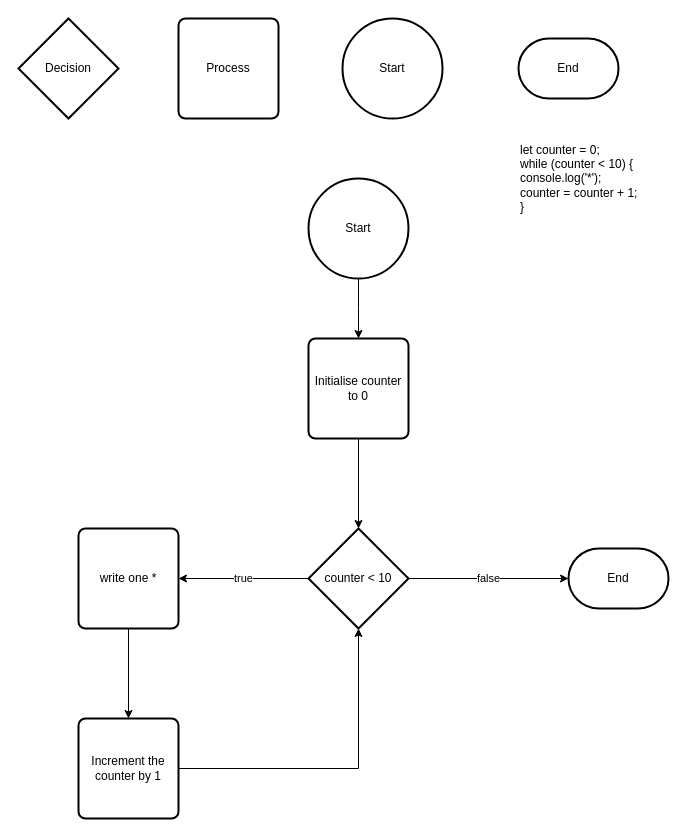
Before: page "Line of stars" (3 of 6) of Untitled Diagram.drawio in YingCG/Algorithms-Learning, a draw.io diagram. Source tidied: cells renumbered, new cells numbered last; positions are measured from the earlier drawing's top-left corner, leaving out a move shared by most shapes. Both pictures are drawn from the tidied source at 100%, with x=0, y=0 at pixel (18, 18).
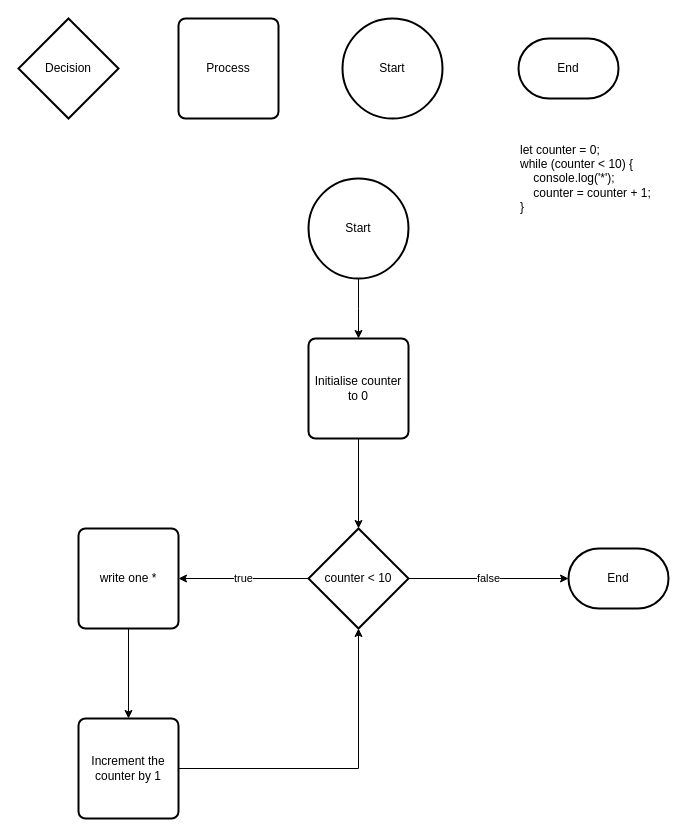
The same diagram, later.

Diff of the diagram source:
```diff
@@
 <mxGraphModel>
   <root>
     <mxCell id="0" />
     <mxCell id="1" parent="0" />
     <mxCell id="2" value="true" style="edgeStyle=orthogonalEdgeStyle;rounded=0;jettySize=auto;html=1;" parent="1" edge="1" source="4" target="13">
       <mxGeometry relative="1" as="geometry" />
     </mxCell>
     <mxCell id="3" value="false" style="edgeStyle=orthogonalEdgeStyle;rounded=0;jettySize=auto;html=1;entryX=0;entryY=0.5;entryDx=0;entryDy=0;entryPerimeter=0;" parent="1" edge="1" source="4" target="8">
       <mxGeometry relative="1" as="geometry" />
     </mxCell>
     <mxCell id="4" value="counter &amp;lt; 10" style="strokeWidth=2;html=1;shape=mxgraph.flowchart.decision;whiteSpace=wrap;" parent="1" vertex="1">
       <mxGeometry x="290" y="510" width="100" height="100" as="geometry" />
     </mxCell>
     <mxCell id="5" style="edgeStyle=orthogonalEdgeStyle;rounded=0;jettySize=auto;html=1;" parent="1" edge="1" source="6" target="4">
       <mxGeometry relative="1" as="geometry" />
     </mxCell>
     <mxCell id="6" value="Initialise counter to 0" style="rounded=1;whiteSpace=wrap;html=1;absoluteArcSize=1;arcSize=14;strokeWidth=2;" parent="1" vertex="1">
       <mxGeometry x="290" y="320" width="100" height="100" as="geometry" />
     </mxCell>
     <mxCell id="7" value="Start" style="strokeWidth=2;html=1;shape=mxgraph.flowchart.start_2;whiteSpace=wrap;" parent="1" vertex="1">
       <mxGeometry x="324" width="100" height="100" as="geometry" />
     </mxCell>
     <mxCell id="8" value="End" style="strokeWidth=2;html=1;shape=mxgraph.flowchart.terminator;whiteSpace=wrap;" parent="1" vertex="1">
       <mxGeometry x="550" y="530" width="100" height="60" as="geometry" />
     </mxCell>
     <mxCell id="9" style="edgeStyle=orthogonalEdgeStyle;rounded=0;jettySize=auto;html=1;" parent="1" edge="1" source="10">
       <mxGeometry relative="1" as="geometry">
         <mxPoint x="340" y="320" as="targetPoint" />
       </mxGeometry>
     </mxCell>
     <mxCell id="10" value="Start" style="strokeWidth=2;html=1;shape=mxgraph.flowchart.start_2;whiteSpace=wrap;" parent="1" vertex="1">
       <mxGeometry x="290" y="160" width="100" height="100" as="geometry" />
     </mxCell>
     <mxCell id="11" value="Decision" style="strokeWidth=2;html=1;shape=mxgraph.flowchart.decision;whiteSpace=wrap;" parent="1" vertex="1">
       <mxGeometry width="100" height="100" as="geometry" />
     </mxCell>
     <mxCell id="12" style="edgeStyle=orthogonalEdgeStyle;rounded=0;jettySize=auto;html=1;" parent="1" edge="1" source="13" target="18">
       <mxGeometry relative="1" as="geometry" />
     </mxCell>
     <mxCell id="13" value="write one *" style="rounded=1;whiteSpace=wrap;html=1;absoluteArcSize=1;arcSize=14;strokeWidth=2;" parent="1" vertex="1">
       <mxGeometry x="60" y="510" width="100" height="100" as="geometry" />
     </mxCell>
     <mxCell id="14" value="End" style="strokeWidth=2;html=1;shape=mxgraph.flowchart.terminator;whiteSpace=wrap;" parent="1" vertex="1">
       <mxGeometry x="500" y="20" width="100" height="60" as="geometry" />
     </mxCell>
-    <mxCell id="15" value="&lt;div&gt;let counter = 0;&lt;br&gt;&lt;/div&gt;&lt;div&gt;while (counter &amp;lt; 10) {&lt;/div&gt;&lt;div&gt;console.log('*');&lt;/div&gt;&lt;div&gt;counter = counter + 1;&lt;br&gt;&lt;/div&gt;&lt;div&gt;}&lt;br&gt;&lt;/div&gt;" style="text;html=1;align=left;verticalAlign=middle;strokeColor=none;" parent="1" vertex="1">
-      <mxGeometry x="500" y="120" width="130" height="80" as="geometry" />
+    <mxCell id="15" value="&lt;div&gt;let counter = 0;&lt;br&gt;&lt;/div&gt;&lt;div&gt;while (counter &amp;lt; 10) {&lt;/div&gt;&lt;div&gt;&amp;nbsp;&amp;nbsp;&amp;nbsp; console.log('*');&lt;/div&gt;&lt;div&gt;&amp;nbsp;&amp;nbsp;&amp;nbsp; counter = counter + 1;&lt;br&gt;&lt;/div&gt;&lt;div&gt;}&lt;br&gt;&lt;/div&gt;" style="text;html=1;align=left;verticalAlign=middle;strokeColor=none;" parent="1" vertex="1">
+      <mxGeometry x="500" y="120" width="150" height="80" as="geometry" />
     </mxCell>
     <mxCell id="16" value="Process" style="rounded=1;whiteSpace=wrap;html=1;absoluteArcSize=1;arcSize=14;strokeWidth=2;" parent="1" vertex="1">
       <mxGeometry x="160" width="100" height="100" as="geometry" />
     </mxCell>
     <mxCell id="17" style="edgeStyle=orthogonalEdgeStyle;rounded=0;jettySize=auto;html=1;entryX=0.5;entryY=1;entryDx=0;entryDy=0;entryPerimeter=0;" parent="1" edge="1" source="18" target="4">
       <mxGeometry relative="1" as="geometry" />
     </mxCell>
     <mxCell id="18" value="Increment the counter by 1" style="rounded=1;whiteSpace=wrap;html=1;absoluteArcSize=1;arcSize=14;strokeWidth=2;" parent="1" vertex="1">
       <mxGeometry x="60" y="700" width="100" height="100" as="geometry" />
     </mxCell>
   </root>
 </mxGraphModel>
```
